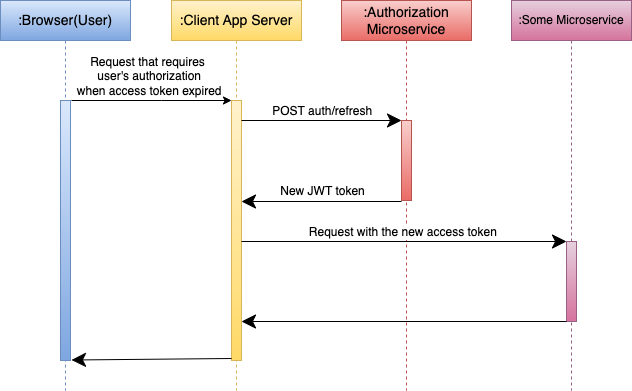
Before: png/refresh_token.png, a diagram exported from draw.io (chukava/Bachelors-Thesis). Source tidied: cells renumbered, new cells last; positions are measured from the earlier drawing's top-left corner, leaving out a move shared by most shapes. The source it was exported from:
```xml
<mxGraphModel>
  <root>
    <mxCell id="0" />
    <mxCell id="1" parent="0" />
    <mxCell id="2" value="&lt;font style=&quot;font-size: 14px;&quot;&gt;:Browser(User)&lt;/font&gt;" style="shape=umlLifeline;perimeter=lifelinePerimeter;whiteSpace=wrap;html=1;newEdgeStyle={&quot;edgeStyle&quot;:&quot;elbowEdgeStyle&quot;,&quot;elbow&quot;:&quot;vertical&quot;,&quot;curved&quot;:0,&quot;rounded&quot;:0};fillColor=#dae8fc;gradientColor=#7ea6e0;strokeColor=#6c8ebf;" parent="1" vertex="1">
      <mxGeometry width="130" height="390" as="geometry" />
    </mxCell>
    <mxCell id="3" style="html=1;perimeter=orthogonalPerimeter;targetShapes=umlLifeline;newEdgeStyle={&quot;edgeStyle&quot;:&quot;elbowEdgeStyle&quot;,&quot;elbow&quot;:&quot;vertical&quot;,&quot;curved&quot;:0,&quot;rounded&quot;:0};fillColor=#dae8fc;gradientColor=#7ea6e0;strokeColor=#6c8ebf;" parent="2" vertex="1">
      <mxGeometry x="60" y="100" width="10" height="260" as="geometry" />
    </mxCell>
    <mxCell id="4" value="&lt;font style=&quot;font-size: 14px;&quot;&gt;:Client App Server&lt;/font&gt;" style="shape=umlLifeline;perimeter=lifelinePerimeter;whiteSpace=wrap;html=1;newEdgeStyle={&quot;edgeStyle&quot;:&quot;elbowEdgeStyle&quot;,&quot;elbow&quot;:&quot;vertical&quot;,&quot;curved&quot;:0,&quot;rounded&quot;:0};fillColor=#fff2cc;gradientColor=#ffd966;strokeColor=#d6b656;" parent="1" vertex="1">
      <mxGeometry x="171" width="130" height="390" as="geometry" />
    </mxCell>
    <mxCell id="5" style="html=1;perimeter=orthogonalPerimeter;targetShapes=umlLifeline;newEdgeStyle={&quot;edgeStyle&quot;:&quot;elbowEdgeStyle&quot;,&quot;elbow&quot;:&quot;vertical&quot;,&quot;curved&quot;:0,&quot;rounded&quot;:0};fillColor=#fff2cc;gradientColor=#ffd966;strokeColor=#d6b656;" parent="4" vertex="1">
      <mxGeometry x="60" y="100" width="10" height="260" as="geometry" />
    </mxCell>
    <mxCell id="6" value="&lt;font style=&quot;font-size: 14px;&quot;&gt;:Authorization Microservice&lt;/font&gt;" style="shape=umlLifeline;perimeter=lifelinePerimeter;whiteSpace=wrap;html=1;newEdgeStyle={&quot;edgeStyle&quot;:&quot;elbowEdgeStyle&quot;,&quot;elbow&quot;:&quot;vertical&quot;,&quot;curved&quot;:0,&quot;rounded&quot;:0};fillColor=#f8cecc;gradientColor=#ea6b66;strokeColor=#b85450;" parent="1" vertex="1">
      <mxGeometry x="341" width="130" height="390" as="geometry" />
    </mxCell>
    <mxCell id="7" style="html=1;perimeter=orthogonalPerimeter;targetShapes=umlLifeline;newEdgeStyle={&quot;edgeStyle&quot;:&quot;elbowEdgeStyle&quot;,&quot;elbow&quot;:&quot;vertical&quot;,&quot;curved&quot;:0,&quot;rounded&quot;:0};fillColor=#f8cecc;gradientColor=#ea6b66;strokeColor=#b85450;" parent="6" vertex="1">
      <mxGeometry x="60" y="120" width="10" height="80" as="geometry" />
    </mxCell>
    <mxCell id="8" style="endArrow=classic;endFill=1;endSize=12;html=1;rounded=0;" parent="1" edge="1">
      <mxGeometry relative="1" as="geometry">
        <mxPoint x="241" y="120" as="sourcePoint" />
        <mxPoint x="401" y="120" as="targetPoint" />
      </mxGeometry>
    </mxCell>
    <mxCell id="9" value="&lt;font style=&quot;font-size: 12px;&quot;&gt;&amp;nbsp; &amp;nbsp; POST auth/refresh&lt;/font&gt;" style="edgeLabel;html=1;align=center;verticalAlign=middle;" parent="8" vertex="1">
      <mxGeometry x="-0.51" y="1" relative="1" as="geometry">
        <mxPoint x="34" y="-9" as="offset" />
      </mxGeometry>
    </mxCell>
    <mxCell id="10" value="&lt;font style=&quot;font-size: 12px;&quot;&gt;&amp;nbsp; &amp;nbsp;New JWT token&lt;/font&gt;" style="endArrow=classic;endFill=1;endSize=12;html=1;rounded=0;" parent="1" edge="1">
      <mxGeometry x="0.05" y="-10" relative="1" as="geometry">
        <mxPoint x="401" y="201" as="sourcePoint" />
        <mxPoint x="241" y="201" as="targetPoint" />
      </mxGeometry>
    </mxCell>
    <mxCell id="11" style="endArrow=classic;endFill=1;endSize=12;html=1;rounded=0;" parent="1" edge="1" target="14">
      <mxGeometry relative="1" as="geometry">
        <mxPoint x="241" y="241" as="sourcePoint" />
      </mxGeometry>
    </mxCell>
    <mxCell id="12" value="&lt;font style=&quot;font-size: 12px;&quot;&gt;&amp;nbsp; &amp;nbsp; &amp;nbsp; &amp;nbsp; &amp;nbsp; &amp;nbsp; &amp;nbsp; &amp;nbsp; &amp;nbsp; &amp;nbsp; Request with the new access token&lt;/font&gt;" style="edgeLabel;html=1;align=center;verticalAlign=middle;" parent="11" vertex="1">
      <mxGeometry x="-0.29" y="2" relative="1" as="geometry">
        <mxPoint x="12" y="-8" as="offset" />
      </mxGeometry>
    </mxCell>
    <mxCell id="13" value=":Some Microservice" style="shape=umlLifeline;perimeter=lifelinePerimeter;whiteSpace=wrap;html=1;newEdgeStyle={&quot;edgeStyle&quot;:&quot;elbowEdgeStyle&quot;,&quot;elbow&quot;:&quot;vertical&quot;,&quot;curved&quot;:0,&quot;rounded&quot;:0};fillColor=#e6d0de;gradientColor=#d5739d;strokeColor=#996185;" parent="1" vertex="1">
      <mxGeometry x="511" width="120" height="390" as="geometry" />
    </mxCell>
    <mxCell id="14" style="html=1;points=[];perimeter=orthogonalPerimeter;outlineConnect=0;targetShapes=umlLifeline;portConstraint=eastwest;newEdgeStyle={&quot;edgeStyle&quot;:&quot;elbowEdgeStyle&quot;,&quot;elbow&quot;:&quot;vertical&quot;,&quot;curved&quot;:0,&quot;rounded&quot;:0};fillColor=#e6d0de;gradientColor=#d5739d;strokeColor=#996185;" parent="13" vertex="1">
      <mxGeometry x="55" y="241" width="10" height="80" as="geometry" />
    </mxCell>
    <mxCell id="15" style="endArrow=classic;endFill=1;endSize=12;html=1;rounded=0;" parent="1" edge="1" source="14">
      <mxGeometry relative="1" as="geometry">
        <mxPoint x="241" y="321" as="targetPoint" />
      </mxGeometry>
    </mxCell>
    <mxCell id="16" style="endArrow=classic;endFill=1;endSize=12;html=1;rounded=0;" parent="1" edge="1">
      <mxGeometry relative="1" as="geometry">
        <mxPoint x="231" y="358" as="sourcePoint" />
        <mxPoint x="71" y="359.5" as="targetPoint" />
      </mxGeometry>
    </mxCell>
    <mxCell id="17" value="&lt;font style=&quot;font-size: 12px;&quot;&gt;Request that requires&lt;br&gt;&amp;nbsp;user's authorization&lt;br&gt;&amp;nbsp;when access token expired&lt;/font&gt;" style="html=1;verticalAlign=bottom;endArrow=classic;edgeStyle=elbowEdgeStyle;elbow=horizontal;curved=0;rounded=0;endFill=1;" parent="1" edge="1">
      <mxGeometry x="-0.05" relative="1" as="geometry">
        <mxPoint x="71" y="100" as="sourcePoint" />
        <mxPoint x="231" y="100" as="targetPoint" />
        <Array as="points">
          <mxPoint x="161" y="89" />
        </Array>
      </mxGeometry>
    </mxCell>
  </root>
</mxGraphModel>
```
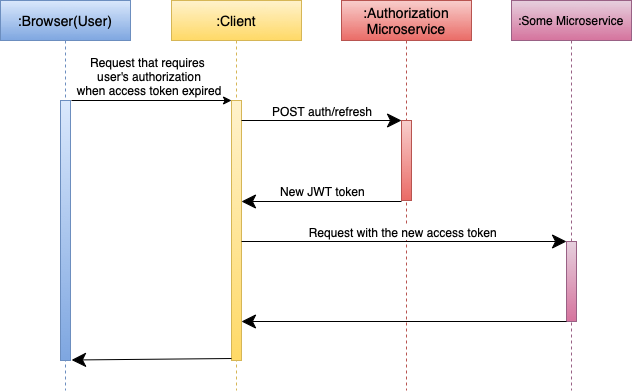
Later version of the same file.

Change to the diagram source:
```diff
@@ -8,7 +8,7 @@
     <mxCell id="3" style="html=1;perimeter=orthogonalPerimeter;targetShapes=umlLifeline;newEdgeStyle={&quot;edgeStyle&quot;:&quot;elbowEdgeStyle&quot;,&quot;elbow&quot;:&quot;vertical&quot;,&quot;curved&quot;:0,&quot;rounded&quot;:0};fillColor=#dae8fc;gradientColor=#7ea6e0;strokeColor=#6c8ebf;" parent="2" vertex="1">
       <mxGeometry x="60" y="100" width="10" height="260" as="geometry" />
     </mxCell>
-    <mxCell id="4" value="&lt;font style=&quot;font-size: 14px;&quot;&gt;:Client App Server&lt;/font&gt;" style="shape=umlLifeline;perimeter=lifelinePerimeter;whiteSpace=wrap;html=1;newEdgeStyle={&quot;edgeStyle&quot;:&quot;elbowEdgeStyle&quot;,&quot;elbow&quot;:&quot;vertical&quot;,&quot;curved&quot;:0,&quot;rounded&quot;:0};fillColor=#fff2cc;gradientColor=#ffd966;strokeColor=#d6b656;" parent="1" vertex="1">
+    <mxCell id="4" value="&lt;font style=&quot;font-size: 14px;&quot;&gt;:Client&lt;/font&gt;" style="shape=umlLifeline;perimeter=lifelinePerimeter;whiteSpace=wrap;html=1;newEdgeStyle={&quot;edgeStyle&quot;:&quot;elbowEdgeStyle&quot;,&quot;elbow&quot;:&quot;vertical&quot;,&quot;curved&quot;:0,&quot;rounded&quot;:0};fillColor=#fff2cc;gradientColor=#ffd966;strokeColor=#d6b656;" parent="1" vertex="1">
       <mxGeometry x="171" width="130" height="390" as="geometry" />
     </mxCell>
     <mxCell id="5" style="html=1;perimeter=orthogonalPerimeter;targetShapes=umlLifeline;newEdgeStyle={&quot;edgeStyle&quot;:&quot;elbowEdgeStyle&quot;,&quot;elbow&quot;:&quot;vertical&quot;,&quot;curved&quot;:0,&quot;rounded&quot;:0};fillColor=#fff2cc;gradientColor=#ffd966;strokeColor=#d6b656;" parent="4" vertex="1">
```
